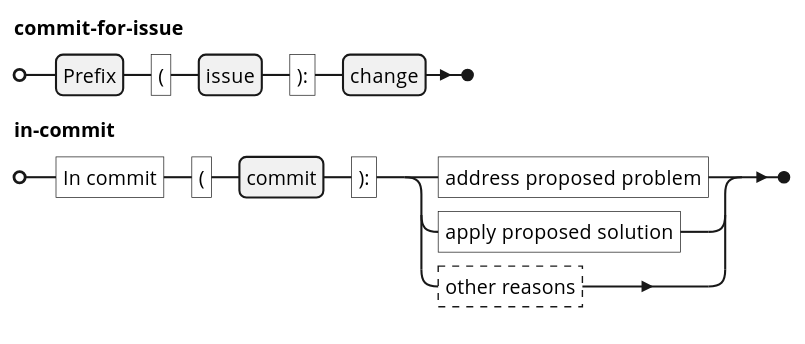
Above: media/issue-in-commit.svg in Tan630/Agolearn (PlantUML), before the change.
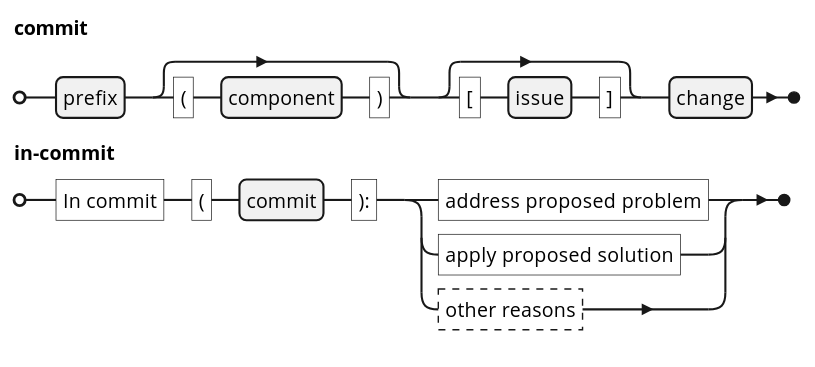
After the change.

What changed in the source:
```diff
@@ -1,5 +1,5 @@
 @startebnf
 skinparam defaultfontname "Open Sans"
-commit-for-issue = Prefix, "(", issue, "):", change;
+commit = prefix, ["(", component,")"], ["[", issue, "]"], change;
 in-commit = "In commit", "(", commit, "):", ("address proposed problem" | "apply proposed solution" | ?other reasons?);
 @endebnf
```
